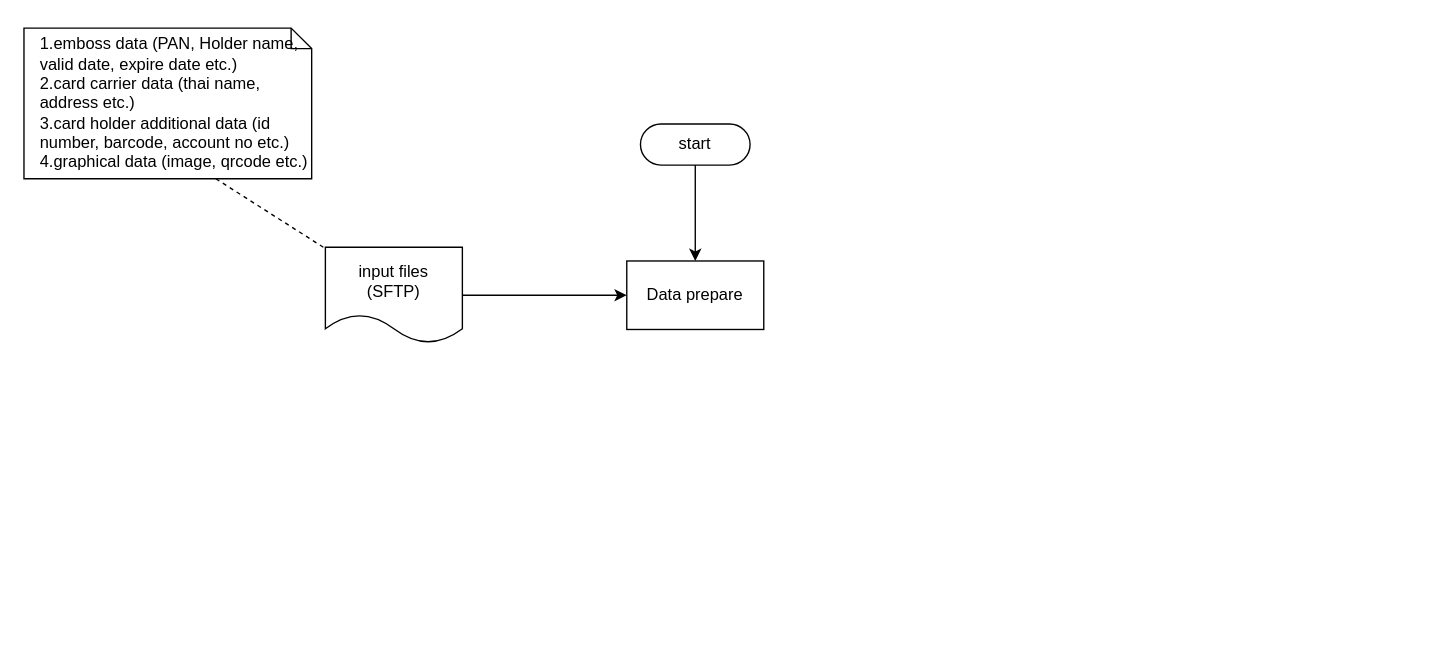
Before: page "centralize model" (1 of 3) of SmartCPSDesignSystem.drawio in delphihero/MyDocument, a draw.io diagram. Source tidied: cells renumbered, new cells numbered last; positions are measured from the earlier drawing's top-left corner, leaving out a move shared by most shapes. Both pictures are drawn from the tidied source at 137%, with x=0, y=0 at pixel (23, 27).
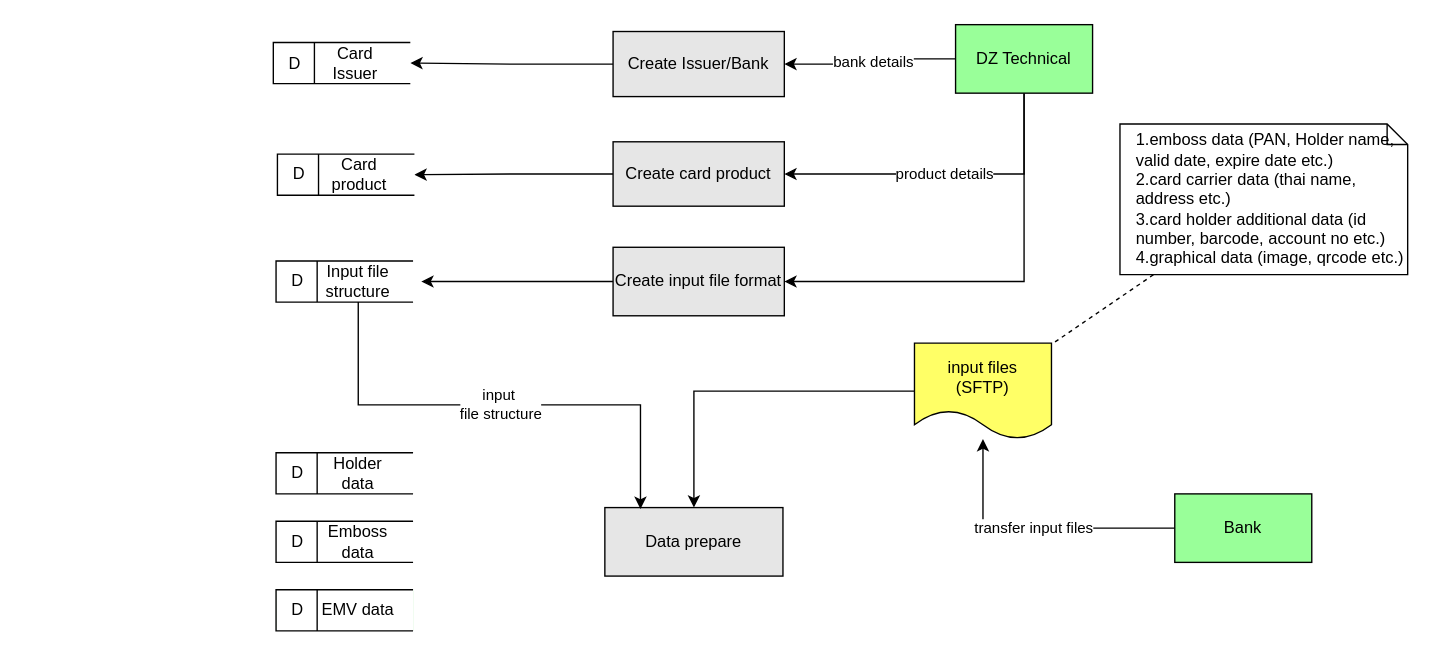
Above is the later version.

Diff of the diagram source:
```diff
@@
-    <mxCell id="2" style="edgeStyle=orthogonalEdgeStyle;rounded=0;jettySize=auto;html=1;" parent="1" edge="1" source="3" target="4">
-      <mxGeometry relative="1" as="geometry" />
-    </mxCell>
-    <mxCell id="3" value="start" style="html=1;dashed=0;whiteSpace=wrap;shape=mxgraph.dfd.start;" parent="1" vertex="1">
-      <mxGeometry x="450" y="70" width="80" height="30" as="geometry" />
-    </mxCell>
-    <mxCell id="4" value="Data prepare" style="html=1;dashed=0;whiteSpace=wrap;" parent="1" vertex="1">
-      <mxGeometry x="440" y="170" width="100" height="50" as="geometry" />
+    <mxCell id="4" value="Data prepare" style="html=1;dashed=0;whiteSpace=wrap;fillColor=#E6E6E6;" parent="1" vertex="1">
+      <mxGeometry x="424" y="350" width="130" height="50" as="geometry" />
     </mxCell>
-    <mxCell id="5" style="edgeStyle=orthogonalEdgeStyle;rounded=0;jettySize=auto;html=1;exitX=1;exitY=0.5;exitDx=0;exitDy=0;" parent="1" edge="1" source="8" target="4">
-      <mxGeometry relative="1" as="geometry" />
-    </mxCell>
     <mxCell id="6" value="&lt;div&gt;1.emboss data (PAN, Holder name, valid date, expire date etc.)&lt;br&gt;&lt;/div&gt;&lt;div&gt;2.card carrier data (thai name, address etc.)&lt;br&gt;&lt;/div&gt;&lt;div&gt;3.card holder additional data (id number, barcode, account no etc.)&lt;/div&gt;&lt;div&gt;4.graphical data (image, qrcode etc.)&lt;br&gt;&lt;/div&gt;" style="shape=note;size=15;align=left;spacingLeft=10;html=1;whiteSpace=wrap;" parent="1" vertex="1">
-      <mxGeometry width="210" height="110" as="geometry" />
+      <mxGeometry x="800" y="70" width="210" height="110" as="geometry" />
     </mxCell>
-    <mxCell id="7" style="edgeStyle=none;endArrow=none;exitX=0.667;exitY=1;dashed=1;html=1;rounded=0;entryX=0.5;entryY=0;entryDx=0;entryDy=0;exitDx=0;exitDy=0;exitPerimeter=0;" parent="1" edge="1" source="6">
-      <mxGeometry x="1" relative="1" as="geometry">
-        <mxPoint x="250" y="180" as="targetPoint" />
-      </mxGeometry>
+    <mxCell id="7" style="edgeStyle=none;endArrow=none;dashed=1;html=1;rounded=0;" parent="1" edge="1" source="6" target="8">
+      <mxGeometry x="1" relative="1" as="geometry" />
     </mxCell>
+    <mxCell id="5" style="edgeStyle=orthogonalEdgeStyle;rounded=0;jettySize=auto;html=1;" parent="1" edge="1" source="8" target="4">
+      <mxGeometry relative="1" as="geometry" />
+    </mxCell>
-    <mxCell id="8" value="&lt;div&gt;input files&lt;/div&gt;&lt;div&gt;(SFTP)&lt;br&gt;&lt;/div&gt;" style="shape=document;whiteSpace=wrap;html=1;boundedLbl=1;dashed=0;flipH=1;" parent="1" vertex="1">
-      <mxGeometry x="220" y="160" width="100" height="70" as="geometry" />
+    <mxCell id="8" value="&lt;div&gt;input files&lt;/div&gt;&lt;div&gt;(SFTP)&lt;br&gt;&lt;/div&gt;" style="shape=document;whiteSpace=wrap;html=1;boundedLbl=1;dashed=0;flipH=1;fillColor=#FFFF66;" parent="1" vertex="1">
+      <mxGeometry x="650" y="230" width="100" height="70" as="geometry" />
     </mxCell>
+    <mxCell id="9" style="group;" parent="1" vertex="1">
+      <mxGeometry x="184" y="360" width="100" height="30" as="geometry" />
+    </mxCell>
+    <mxCell id="10" value="&amp;nbsp; D" style="html=1;dashed=0;whiteSpace=wrap;shape=mxgraph.dfd.dataStoreID;align=left;spacingLeft=3;" parent="9" vertex="1">
+      <mxGeometry width="100" height="30" as="geometry" />
+    </mxCell>
+    <mxCell id="11" value="Emboss data" style="text;strokeColor=none;align=center;fillColor=none;html=1;verticalAlign=middle;whiteSpace=wrap;rounded=0;" parent="9" vertex="1">
+      <mxGeometry x="30" width="60" height="30" as="geometry" />
+    </mxCell>
+    <mxCell id="12" style="group;fillColor=#00CC00;" parent="1" vertex="1">
+      <mxGeometry x="184" y="410" width="100" height="30" as="geometry" />
+    </mxCell>
+    <mxCell id="13" value="&amp;nbsp; D" style="html=1;dashed=0;whiteSpace=wrap;shape=mxgraph.dfd.dataStoreID;align=left;spacingLeft=3;" parent="12" vertex="1">
+      <mxGeometry width="100" height="30" as="geometry" />
+    </mxCell>
+    <mxCell id="14" value="EMV data" style="text;strokeColor=none;align=center;fillColor=none;html=1;verticalAlign=middle;whiteSpace=wrap;rounded=0;" parent="12" vertex="1">
+      <mxGeometry x="30" width="60" height="30" as="geometry" />
+    </mxCell>
+    <mxCell id="15" style="group;" parent="1" vertex="1">
+      <mxGeometry x="184" y="310" width="100" height="30" as="geometry" />
+    </mxCell>
+    <mxCell id="16" value="&amp;nbsp; D" style="html=1;dashed=0;whiteSpace=wrap;shape=mxgraph.dfd.dataStoreID;align=left;spacingLeft=3;" parent="15" vertex="1">
+      <mxGeometry width="100" height="30" as="geometry" />
+    </mxCell>
+    <mxCell id="17" value="Holder data" style="text;strokeColor=none;align=center;fillColor=none;html=1;verticalAlign=middle;whiteSpace=wrap;rounded=0;" parent="15" vertex="1">
+      <mxGeometry x="30" width="60" height="30" as="geometry" />
+    </mxCell>
+    <mxCell id="18" style="edgeStyle=orthogonalEdgeStyle;rounded=0;jettySize=auto;html=1;entryX=1;entryY=0.5;entryDx=0;entryDy=0;" parent="1" edge="1" source="19" target="28">
+      <mxGeometry relative="1" as="geometry" />
+    </mxCell>
+    <mxCell id="19" value="Create Issuer/Bank" style="html=1;dashed=0;whiteSpace=wrap;fillColor=#E6E6E6;" parent="1" vertex="1">
+      <mxGeometry x="430" y="2.5" width="125" height="47.5" as="geometry" />
+    </mxCell>
+    <mxCell id="20" style="edgeStyle=orthogonalEdgeStyle;rounded=0;jettySize=auto;html=1;" parent="1" edge="1" source="24" target="19">
+      <mxGeometry relative="1" as="geometry" />
+    </mxCell>
+    <mxCell id="21" value="bank details" style="edgeLabel;html=1;align=center;verticalAlign=middle;" parent="20" vertex="1">
+      <mxGeometry y="2" relative="1" as="geometry" />
+    </mxCell>
+    <mxCell id="22" value="product details" style="rounded=0;jettySize=auto;html=1;entryX=1;entryY=0.5;entryDx=0;entryDy=0;exitX=0.5;exitY=1;exitDx=0;exitDy=0;edgeStyle=orthogonalEdgeStyle;" parent="1" edge="1" source="24" target="26">
+      <mxGeometry relative="1" as="geometry" />
+    </mxCell>
+    <mxCell id="23" style="edgeStyle=orthogonalEdgeStyle;rounded=0;jettySize=auto;html=1;entryX=1;entryY=0.5;entryDx=0;entryDy=0;exitX=0.5;exitY=1;exitDx=0;exitDy=0;" parent="1" edge="1" source="24" target="36">
+      <mxGeometry relative="1" as="geometry" />
+    </mxCell>
+    <mxCell id="24" value="DZ Technical" style="html=1;dashed=0;whiteSpace=wrap;fillColor=#99FF99;" parent="1" vertex="1">
+      <mxGeometry x="680" y="-2.5" width="100" height="50" as="geometry" />
+    </mxCell>
+    <mxCell id="25" style="edgeStyle=orthogonalEdgeStyle;rounded=0;jettySize=auto;html=1;entryX=1;entryY=0.5;entryDx=0;entryDy=0;" parent="1" edge="1" source="26" target="31">
+      <mxGeometry relative="1" as="geometry" />
+    </mxCell>
+    <mxCell id="26" value="Create card product" style="html=1;dashed=0;whiteSpace=wrap;fillColor=#E6E6E6;" parent="1" vertex="1">
+      <mxGeometry x="430" y="83" width="125" height="47" as="geometry" />
+    </mxCell>
+    <mxCell id="27" style="group;" parent="1" vertex="1">
+      <mxGeometry x="182" y="10.5" width="100" height="30" as="geometry" />
+    </mxCell>
+    <mxCell id="28" value="&amp;nbsp; D" style="html=1;dashed=0;whiteSpace=wrap;shape=mxgraph.dfd.dataStoreID;align=left;spacingLeft=3;points=[[0,0],[0.5,0],[1,0],[0,0.5],[1,0.5],[0,1],[0.5,1],[1,1]];" parent="27" vertex="1">
+      <mxGeometry width="100" height="30" as="geometry" />
+    </mxCell>
+    <mxCell id="29" value="Card Issuer" style="text;strokeColor=none;align=center;fillColor=none;html=1;verticalAlign=middle;whiteSpace=wrap;rounded=0;" parent="27" vertex="1">
+      <mxGeometry x="30" width="60" height="30" as="geometry" />
+    </mxCell>
+    <mxCell id="30" style="group;" parent="1" vertex="1">
+      <mxGeometry x="170" y="97" width="100" height="30" as="geometry" />
+    </mxCell>
+    <mxCell id="31" value="&amp;nbsp; D" style="html=1;dashed=0;whiteSpace=wrap;shape=mxgraph.dfd.dataStoreID;align=left;spacingLeft=3;points=[[0,0],[0.5,0],[1,0],[0,0.5],[1,0.5],[0,1],[0.5,1],[1,1]];" parent="30" vertex="1">
+      <mxGeometry x="15" y="-5" width="100" height="30" as="geometry" />
+    </mxCell>
+    <mxCell id="32" value="Card product" style="text;strokeColor=none;align=center;fillColor=none;html=1;verticalAlign=middle;whiteSpace=wrap;rounded=0;" parent="30" vertex="1">
+      <mxGeometry x="60" y="-5" width="30" height="30" as="geometry" />
+    </mxCell>
+    <mxCell id="33" value="transfer input files" style="edgeStyle=orthogonalEdgeStyle;rounded=0;jettySize=auto;html=1;" parent="1" edge="1" source="34" target="8">
+      <mxGeometry relative="1" as="geometry" />
+    </mxCell>
+    <mxCell id="34" value="Bank" style="html=1;dashed=0;whiteSpace=wrap;fillColor=#99FF99;" parent="1" vertex="1">
+      <mxGeometry x="840" y="340" width="100" height="50" as="geometry" />
+    </mxCell>
+    <mxCell id="35" style="edgeStyle=orthogonalEdgeStyle;rounded=0;jettySize=auto;html=1;" parent="1" edge="1" source="36">
+      <mxGeometry relative="1" as="geometry">
+        <mxPoint x="290" y="185" as="targetPoint" />
+      </mxGeometry>
+    </mxCell>
+    <mxCell id="36" value="Create input file format" style="html=1;dashed=0;whiteSpace=wrap;fillColor=#E6E6E6;" parent="1" vertex="1">
+      <mxGeometry x="430" y="160" width="125" height="50" as="geometry" />
+    </mxCell>
+    <mxCell id="37" style="group;" parent="1" vertex="1">
+      <mxGeometry x="184" y="170" width="100" height="30" as="geometry" />
+    </mxCell>
+    <mxCell id="38" value="&amp;nbsp; D" style="html=1;dashed=0;whiteSpace=wrap;shape=mxgraph.dfd.dataStoreID;align=left;spacingLeft=3;" parent="37" vertex="1">
+      <mxGeometry width="100" height="30" as="geometry" />
+    </mxCell>
+    <mxCell id="39" value="Input file structure" style="text;strokeColor=none;align=center;fillColor=none;html=1;verticalAlign=middle;whiteSpace=wrap;rounded=0;" parent="37" vertex="1">
+      <mxGeometry x="30" width="60" height="30" as="geometry" />
+    </mxCell>
+    <mxCell id="40" value="&lt;div&gt;input&amp;nbsp;&lt;/div&gt;&lt;div&gt;file structure&lt;/div&gt;" style="rounded=0;jettySize=auto;html=1;entryX=0.2;entryY=0.02;entryDx=0;entryDy=0;entryPerimeter=0;edgeStyle=orthogonalEdgeStyle;exitX=0.5;exitY=1;exitDx=0;exitDy=0;" parent="1" edge="1" source="39" target="4">
+      <mxGeometry relative="1" as="geometry" />
+    </mxCell>
```
